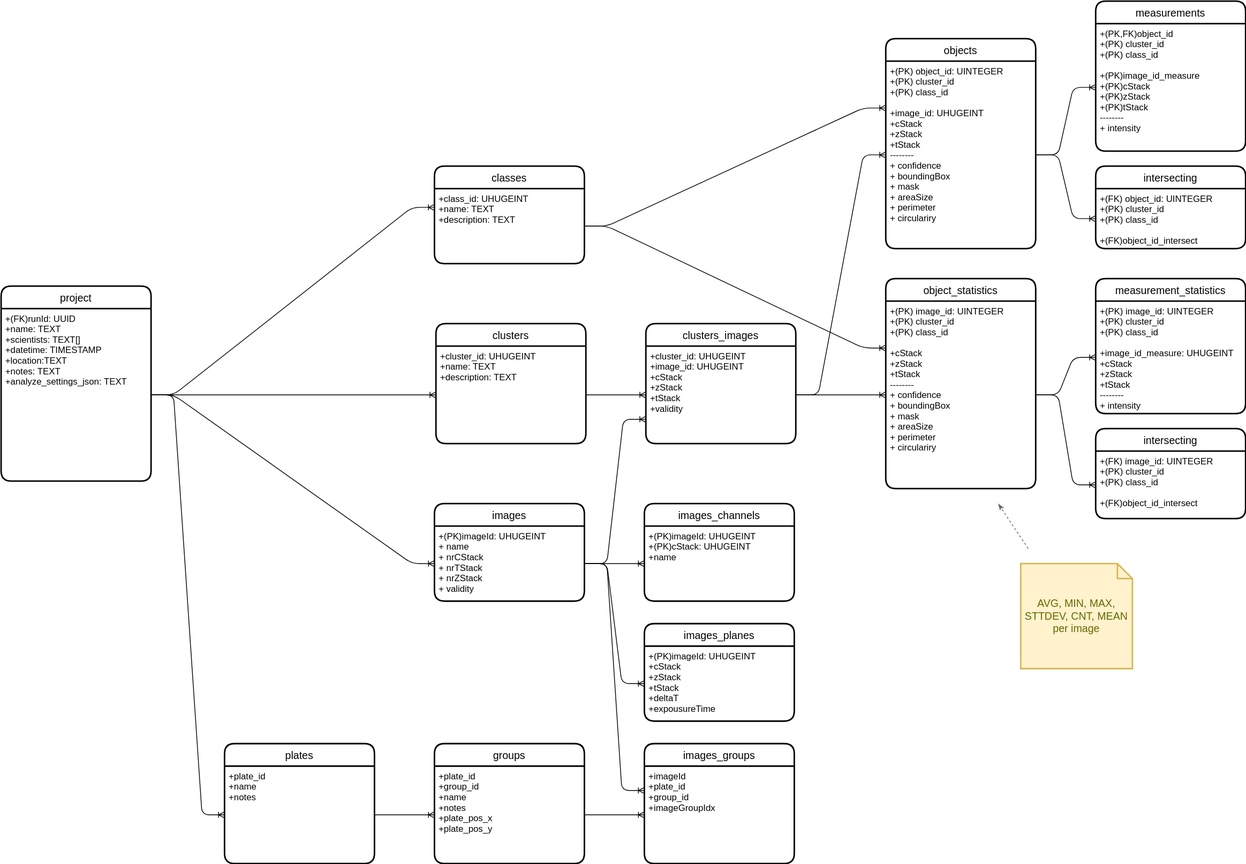
joda01/imagec keeps this draw.io diagram as doc/database_schema_new.drawio.svg. Above is the earlier version. Source tidied: cells renumbered, new cells last; positions are measured from the earlier drawing's top-left corner, leaving out a move shared by most shapes.
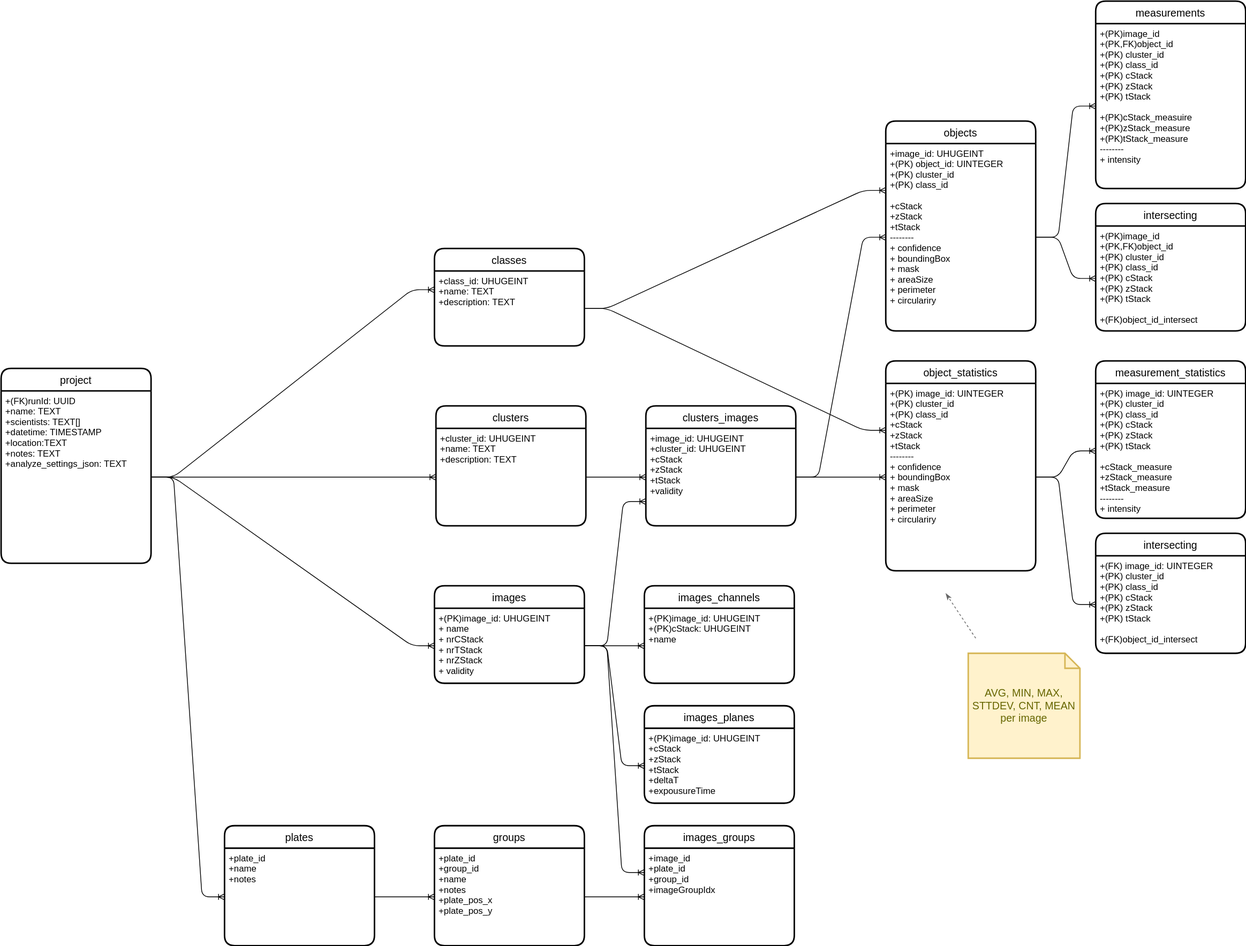
The same diagram one commit later.

The edit, as a diff of the source:
```diff
@@ -5,13 +5,13 @@
     <mxCell id="2" value="images" style="swimlane;horizontal=1;startSize=30;rounded=1;fontSize=14;fontStyle=0;strokeWidth=2;shadow=0;dashed=0;align=center;" parent="1" vertex="1">
       <mxGeometry x="578" y="670" width="200" height="130" as="geometry" />
     </mxCell>
-    <mxCell id="3" value="+(PK)imageId: UHUGEINT&#10;+ name&#10;+ nrCStack&#10;+ nrTStack&#10;+ nrZStack&#10;+ validity" style="align=left;strokeColor=none;fillColor=none;spacingLeft=4;fontSize=12;verticalAlign=top;" parent="2" vertex="1">
+    <mxCell id="3" value="+(PK)image_id: UHUGEINT&#10;+ name&#10;+ nrCStack&#10;+ nrTStack&#10;+ nrZStack&#10;+ validity" style="align=left;strokeColor=none;fillColor=none;spacingLeft=4;fontSize=12;verticalAlign=top;" parent="2" vertex="1">
       <mxGeometry y="30" width="200" height="100" as="geometry" />
     </mxCell>
     <mxCell id="4" value="objects" style="swimlane;horizontal=1;startSize=30;rounded=1;fontSize=14;fontStyle=0;strokeWidth=2;shadow=0;dashed=0;align=center;" parent="1" vertex="1">
       <mxGeometry x="1180" y="50" width="200" height="280" as="geometry" />
     </mxCell>
-    <mxCell id="5" value="+(PK) object_id: UINTEGER&#10;+(PK) cluster_id&#10;+(PK) class_id&#10;&#10;+image_id: UHUGEINT&#10;+cStack&#10;+zStack&#10;+tStack&#10;--------&#10;+ confidence&#10;+ boundingBox&#10;+ mask&#10;+ areaSize&#10;+ perimeter&#10;+ circulariry" style="align=left;strokeColor=none;fillColor=none;spacingLeft=4;fontSize=12;verticalAlign=top;" parent="4" vertex="1">
+    <mxCell id="5" value="+image_id: UHUGEINT&#10;+(PK) object_id: UINTEGER&#10;+(PK) cluster_id&#10;+(PK) class_id&#10;&#10;+cStack&#10;+zStack&#10;+tStack&#10;--------&#10;+ confidence&#10;+ boundingBox&#10;+ mask&#10;+ areaSize&#10;+ perimeter&#10;+ circulariry" style="align=left;strokeColor=none;fillColor=none;spacingLeft=4;fontSize=12;verticalAlign=top;" parent="4" vertex="1">
       <mxGeometry y="30" width="200" height="250" as="geometry" />
     </mxCell>
     <mxCell id="6" value="project" style="swimlane;horizontal=1;startSize=30;rounded=1;fontSize=14;fontStyle=0;strokeWidth=2;shadow=0;dashed=0;align=center;" parent="1" vertex="1">
@@ -21,10 +21,10 @@
       <mxGeometry y="30" width="200" height="230" as="geometry" />
     </mxCell>
     <mxCell id="8" value="measurements" style="swimlane;horizontal=1;startSize=30;rounded=1;fontSize=14;fontStyle=0;strokeWidth=2;shadow=0;dashed=0;align=center;" parent="1" vertex="1">
-      <mxGeometry x="1460" width="200" height="200" as="geometry" />
+      <mxGeometry x="1460" y="-110" width="200" height="250" as="geometry" />
     </mxCell>
-    <mxCell id="9" value="+(PK,FK)object_id&#10;+(PK) cluster_id&#10;+(PK) class_id&#10;&#10;+(PK)image_id_measure&#10;+(PK)cStack&#10;+(PK)zStack&#10;+(PK)tStack&#10;--------&#10;+ intensity" style="align=left;strokeColor=none;fillColor=none;spacingLeft=4;fontSize=12;verticalAlign=top;" parent="8" vertex="1">
-      <mxGeometry y="30" width="200" height="170" as="geometry" />
+    <mxCell id="9" value="+(PK)image_id&#10;+(PK,FK)object_id&#10;+(PK) cluster_id&#10;+(PK) class_id&#10;+(PK) cStack&#10;+(PK) zStack&#10;+(PK) tStack&#10;&#10;+(PK)cStack_measuire&#10;+(PK)zStack_measure&#10;+(PK)tStack_measure&#10;--------&#10;+ intensity" style="align=left;strokeColor=none;fillColor=none;spacingLeft=4;fontSize=12;verticalAlign=top;" parent="8" vertex="1">
+      <mxGeometry y="30" width="200" height="220" as="geometry" />
     </mxCell>
     <mxCell id="10" style="edgeStyle=entityRelationEdgeStyle;fontSize=12;html=1;endArrow=ERoneToMany;exitX=1;exitY=0.5;exitDx=0;exitDy=0;entryX=0;entryY=0.5;entryDx=0;entryDy=0;" parent="1" edge="1" source="5" target="9">
       <mxGeometry relative="1" as="geometry" />
@@ -44,7 +44,7 @@
     <mxCell id="15" value="clusters_images" style="swimlane;horizontal=1;startSize=30;rounded=1;fontSize=14;fontStyle=0;strokeWidth=2;shadow=0;dashed=0;align=center;" parent="1" vertex="1">
       <mxGeometry x="860" y="430" width="200" height="160" as="geometry" />
     </mxCell>
-    <mxCell id="16" value="+cluster_id: UHUGEINT&#10;+image_id: UHUGEINT&#10;+cStack&#10;+zStack&#10;+tStack&#10;+validity&#10;" style="align=left;strokeColor=none;fillColor=none;spacingLeft=4;fontSize=12;verticalAlign=top;" parent="15" vertex="1">
+    <mxCell id="16" value="+image_id: UHUGEINT&#10;+cluster_id: UHUGEINT&#10;+cStack&#10;+zStack&#10;+tStack&#10;+validity&#10;" style="align=left;strokeColor=none;fillColor=none;spacingLeft=4;fontSize=12;verticalAlign=top;" parent="15" vertex="1">
       <mxGeometry y="30" width="200" height="130" as="geometry" />
     </mxCell>
     <mxCell id="17" style="edgeStyle=entityRelationEdgeStyle;fontSize=12;html=1;endArrow=ERoneToMany;exitX=1;exitY=0.5;exitDx=0;exitDy=0;entryX=0;entryY=0.5;entryDx=0;entryDy=0;" parent="1" edge="1" source="12" target="16">
@@ -53,7 +53,7 @@
     <mxCell id="18" value="images_channels" style="swimlane;horizontal=1;startSize=30;rounded=1;fontSize=14;fontStyle=0;strokeWidth=2;shadow=0;dashed=0;align=center;" parent="1" vertex="1">
       <mxGeometry x="858" y="670" width="200" height="130" as="geometry" />
     </mxCell>
-    <mxCell id="19" value="+(PK)imageId: UHUGEINT&#10;+(PK)cStack: UHUGEINT&#10;+name" style="align=left;strokeColor=none;fillColor=none;spacingLeft=4;fontSize=12;verticalAlign=top;" parent="18" vertex="1">
+    <mxCell id="19" value="+(PK)image_id: UHUGEINT&#10;+(PK)cStack: UHUGEINT&#10;+name" style="align=left;strokeColor=none;fillColor=none;spacingLeft=4;fontSize=12;verticalAlign=top;" parent="18" vertex="1">
       <mxGeometry y="30" width="200" height="100" as="geometry" />
     </mxCell>
     <mxCell id="20" style="edgeStyle=entityRelationEdgeStyle;fontSize=12;html=1;endArrow=ERoneToMany;exitX=1;exitY=0.5;exitDx=0;exitDy=0;entryX=0;entryY=0.5;entryDx=0;entryDy=0;" parent="1" edge="1" source="3" target="19">
@@ -62,7 +62,7 @@
     <mxCell id="21" value="images_planes" style="swimlane;horizontal=1;startSize=30;rounded=1;fontSize=14;fontStyle=0;strokeWidth=2;shadow=0;dashed=0;align=center;" parent="1" vertex="1">
       <mxGeometry x="858" y="830" width="200" height="130" as="geometry" />
     </mxCell>
-    <mxCell id="22" value="+(PK)imageId: UHUGEINT&#10;+cStack&#10;+zStack&#10;+tStack&#10;+deltaT&#10;+expousureTime" style="align=left;strokeColor=none;fillColor=none;spacingLeft=4;fontSize=12;verticalAlign=top;" parent="21" vertex="1">
+    <mxCell id="22" value="+(PK)image_id: UHUGEINT&#10;+cStack&#10;+zStack&#10;+tStack&#10;+deltaT&#10;+expousureTime" style="align=left;strokeColor=none;fillColor=none;spacingLeft=4;fontSize=12;verticalAlign=top;" parent="21" vertex="1">
       <mxGeometry y="30" width="200" height="100" as="geometry" />
     </mxCell>
     <mxCell id="23" style="edgeStyle=entityRelationEdgeStyle;fontSize=12;html=1;endArrow=ERoneToMany;exitX=1;exitY=0.5;exitDx=0;exitDy=0;entryX=0;entryY=0.5;entryDx=0;entryDy=0;" parent="1" edge="1" source="3" target="22">
@@ -77,7 +77,7 @@
     <mxCell id="26" value="images_groups" style="swimlane;horizontal=1;startSize=30;rounded=1;fontSize=14;fontStyle=0;strokeWidth=2;shadow=0;dashed=0;align=center;" parent="1" vertex="1">
       <mxGeometry x="858" y="990" width="200" height="160" as="geometry" />
     </mxCell>
-    <mxCell id="27" value="+imageId&#10;+plate_id&#10;+group_id&#10;+imageGroupIdx" style="align=left;strokeColor=none;fillColor=none;spacingLeft=4;fontSize=12;verticalAlign=top;fontStyle=0;" parent="26" vertex="1">
+    <mxCell id="27" value="+image_id&#10;+plate_id&#10;+group_id&#10;+imageGroupIdx" style="align=left;strokeColor=none;fillColor=none;spacingLeft=4;fontSize=12;verticalAlign=top;fontStyle=0;" parent="26" vertex="1">
       <mxGeometry y="30" width="200" height="130" as="geometry" />
     </mxCell>
     <mxCell id="28" style="edgeStyle=entityRelationEdgeStyle;fontSize=12;html=1;endArrow=ERoneToMany;exitX=1;exitY=0.5;exitDx=0;exitDy=0;entryX=0;entryY=0.5;entryDx=0;entryDy=0;" parent="1" edge="1" source="25" target="27">
@@ -89,14 +89,14 @@
     <mxCell id="30" value="object_statistics" style="swimlane;horizontal=1;startSize=30;rounded=1;fontSize=14;fontStyle=0;strokeWidth=2;shadow=0;dashed=0;align=center;" parent="1" vertex="1">
       <mxGeometry x="1180" y="370" width="200" height="280" as="geometry" />
     </mxCell>
-    <mxCell id="31" value="+(PK) image_id: UINTEGER&#10;+(PK) cluster_id&#10;+(PK) class_id&#10;&#10;+cStack&#10;+zStack&#10;+tStack&#10;--------&#10;+ confidence&#10;+ boundingBox&#10;+ mask&#10;+ areaSize&#10;+ perimeter&#10;+ circulariry" style="align=left;strokeColor=none;fillColor=none;spacingLeft=4;fontSize=12;verticalAlign=top;" parent="30" vertex="1">
+    <mxCell id="31" value="+(PK) image_id: UINTEGER&#10;+(PK) cluster_id&#10;+(PK) class_id&#10;+cStack&#10;+zStack&#10;+tStack&#10;--------&#10;+ confidence&#10;+ boundingBox&#10;+ mask&#10;+ areaSize&#10;+ perimeter&#10;+ circulariry" style="align=left;strokeColor=none;fillColor=none;spacingLeft=4;fontSize=12;verticalAlign=top;" parent="30" vertex="1">
       <mxGeometry y="30" width="200" height="250" as="geometry" />
     </mxCell>
     <mxCell id="32" value="measurement_statistics" style="swimlane;horizontal=1;startSize=30;rounded=1;fontSize=14;fontStyle=0;strokeWidth=2;shadow=0;dashed=0;align=center;" parent="1" vertex="1">
-      <mxGeometry x="1460" y="370" width="200" height="180" as="geometry" />
+      <mxGeometry x="1460" y="370" width="200" height="210" as="geometry" />
     </mxCell>
-    <mxCell id="33" value="+(PK) image_id: UINTEGER&#10;+(PK) cluster_id&#10;+(PK) class_id&#10;&#10;+image_id_measure: UHUGEINT&#10;+cStack&#10;+zStack&#10;+tStack&#10;--------&#10;+ intensity&#10;" style="align=left;strokeColor=none;fillColor=none;spacingLeft=4;fontSize=12;verticalAlign=top;" parent="32" vertex="1">
-      <mxGeometry y="30" width="200" height="150" as="geometry" />
+    <mxCell id="33" value="+(PK) image_id: UINTEGER&#10;+(PK) cluster_id&#10;+(PK) class_id&#10;+(PK) cStack&#10;+(PK) zStack&#10;+(PK) tStack&#10;&#10;+cStack_measure&#10;+zStack_measure&#10;+tStack_measure&#10;--------&#10;+ intensity&#10;" style="align=left;strokeColor=none;fillColor=none;spacingLeft=4;fontSize=12;verticalAlign=top;" parent="32" vertex="1">
+      <mxGeometry y="30" width="200" height="180" as="geometry" />
     </mxCell>
     <mxCell id="34" style="edgeStyle=entityRelationEdgeStyle;fontSize=12;html=1;endArrow=ERoneToMany;exitX=1;exitY=0.5;exitDx=0;exitDy=0;entryX=0;entryY=0.5;entryDx=0;entryDy=0;" parent="1" edge="1" source="31" target="33">
       <mxGeometry relative="1" as="geometry" />
@@ -126,12 +126,12 @@
       <mxGeometry relative="1" as="geometry" />
     </mxCell>
     <mxCell id="43" value="AVG, MIN, MAX, STTDEV, CNT, MEAN per image" style="shape=note;strokeWidth=2;fontSize=14;size=20;whiteSpace=wrap;html=1;fillColor=#fff2cc;strokeColor=#d6b656;fontColor=#666600;" parent="1" vertex="1">
-      <mxGeometry x="1360" y="750" width="149" height="140" as="geometry" />
+      <mxGeometry x="1290" y="760" width="149" height="140" as="geometry" />
     </mxCell>
     <mxCell id="44" style="endArrow=classicThin;html=1;endFill=1;dashed=1;fillColor=#f5f5f5;strokeColor=#666666;" parent="1" edge="1">
       <mxGeometry relative="1" as="geometry">
-        <mxPoint x="1370" y="730" as="sourcePoint" />
-        <mxPoint x="1330" y="670" as="targetPoint" />
+        <mxPoint x="1300" y="740" as="sourcePoint" />
+        <mxPoint x="1260" y="680" as="targetPoint" />
       </mxGeometry>
     </mxCell>
     <mxCell id="45" style="edgeStyle=entityRelationEdgeStyle;fontSize=12;html=1;endArrow=ERoneToMany;exitX=1;exitY=0.5;exitDx=0;exitDy=0;entryX=0;entryY=0.25;entryDx=0;entryDy=0;" parent="1" edge="1" source="7" target="14">
@@ -147,19 +147,19 @@
       <mxGeometry relative="1" as="geometry" />
     </mxCell>
     <mxCell id="49" value="intersecting" style="swimlane;horizontal=1;startSize=30;rounded=1;fontSize=14;fontStyle=0;strokeWidth=2;shadow=0;dashed=0;align=center;" parent="1" vertex="1">
-      <mxGeometry x="1460" y="220" width="200" height="110" as="geometry" />
+      <mxGeometry x="1460" y="160" width="200" height="170" as="geometry" />
     </mxCell>
-    <mxCell id="50" value="+(FK) object_id: UINTEGER&#10;+(PK) cluster_id&#10;+(PK) class_id&#10;&#10;+(FK)object_id_intersect" style="align=left;strokeColor=none;fillColor=none;spacingLeft=4;fontSize=12;verticalAlign=top;" parent="49" vertex="1">
-      <mxGeometry y="30" width="200" height="80" as="geometry" />
+    <mxCell id="50" value="+(PK)image_id&#10;+(PK,FK)object_id&#10;+(PK) cluster_id&#10;+(PK) class_id&#10;+(PK) cStack&#10;+(PK) zStack&#10;+(PK) tStack&#10;&#10;+(FK)object_id_intersect" style="align=left;strokeColor=none;fillColor=none;spacingLeft=4;fontSize=12;verticalAlign=top;" parent="49" vertex="1">
+      <mxGeometry y="30" width="200" height="140" as="geometry" />
     </mxCell>
     <mxCell id="51" style="edgeStyle=entityRelationEdgeStyle;fontSize=12;html=1;endArrow=ERoneToMany;exitX=1;exitY=0.5;exitDx=0;exitDy=0;entryX=0;entryY=0.5;entryDx=0;entryDy=0;" parent="1" edge="1" source="5" target="50">
       <mxGeometry relative="1" as="geometry" />
     </mxCell>
     <mxCell id="52" value="intersecting" style="swimlane;horizontal=1;startSize=30;rounded=1;fontSize=14;fontStyle=0;strokeWidth=2;shadow=0;dashed=0;align=center;" parent="1" vertex="1">
-      <mxGeometry x="1460" y="570" width="200" height="120" as="geometry" />
+      <mxGeometry x="1460" y="600" width="200" height="160" as="geometry" />
     </mxCell>
-    <mxCell id="53" value="+(FK) image_id: UINTEGER&#10;+(PK) cluster_id&#10;+(PK) class_id&#10;&#10;+(FK)object_id_intersect" style="align=left;strokeColor=none;fillColor=none;spacingLeft=4;fontSize=12;verticalAlign=top;" parent="52" vertex="1">
-      <mxGeometry y="30" width="200" height="90" as="geometry" />
+    <mxCell id="53" value="+(FK) image_id: UINTEGER&#10;+(PK) cluster_id&#10;+(PK) class_id&#10;+(PK) cStack&#10;+(PK) zStack&#10;+(PK) tStack&#10;&#10;+(FK)object_id_intersect" style="align=left;strokeColor=none;fillColor=none;spacingLeft=4;fontSize=12;verticalAlign=top;" parent="52" vertex="1">
+      <mxGeometry y="30" width="200" height="130" as="geometry" />
     </mxCell>
     <mxCell id="54" style="edgeStyle=entityRelationEdgeStyle;fontSize=12;html=1;endArrow=ERoneToMany;exitX=1;exitY=0.5;exitDx=0;exitDy=0;entryX=0;entryY=0.5;entryDx=0;entryDy=0;" parent="1" edge="1" source="31" target="53">
       <mxGeometry relative="1" as="geometry" />
```
